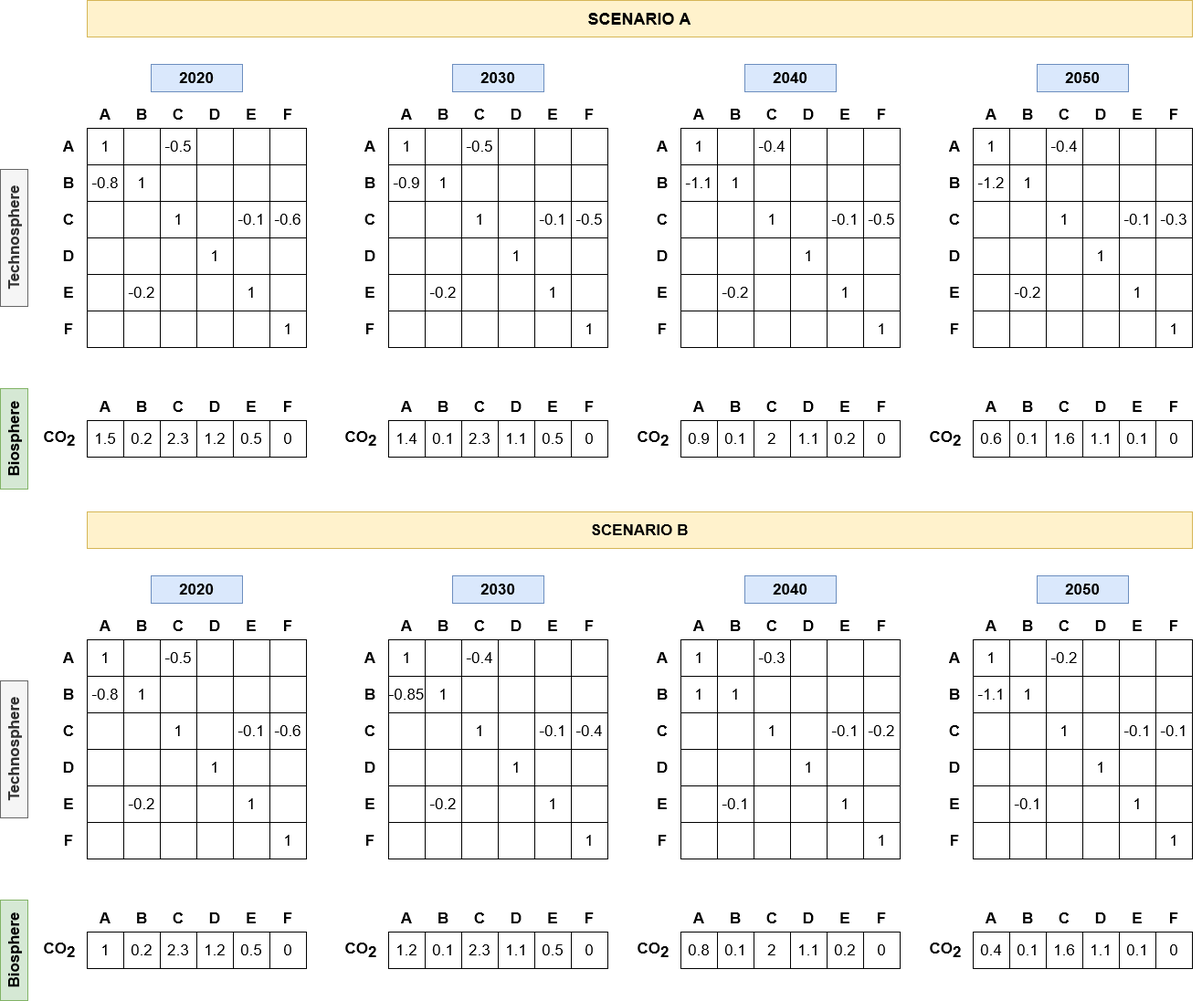
Above: example/figures/example_illustration.png in polca/pathways (draw.io), before the change. Source tidied: cells renumbered, new cells last; positions are measured from the earlier drawing's top-left corner, leaving out a move shared by most shapes.
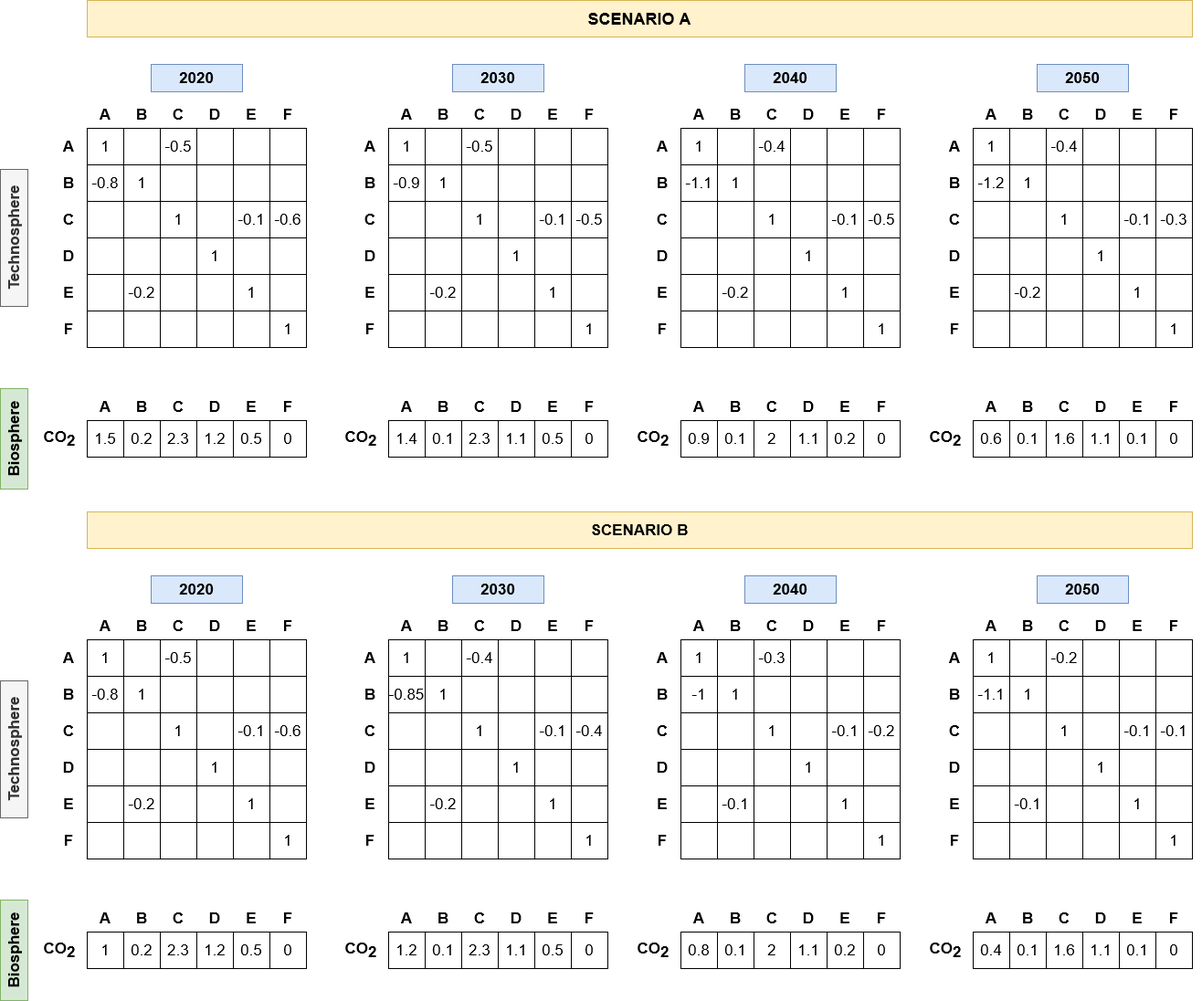
Above is the later version.

Commit message:
update notebook figures

Change to the diagram source:
```diff
@@ -1136,7 +1136,7 @@
     <mxCell id="379" value="1" style="rounded=0;whiteSpace=wrap;html=1;fontSize=17;" parent="1" vertex="1">
       <mxGeometry x="805" y="700" width="40" height="40" as="geometry" />
     </mxCell>
-    <mxCell id="380" value="1" style="rounded=0;whiteSpace=wrap;html=1;fontSize=17;" parent="1" vertex="1">
+    <mxCell id="380" value="-1" style="rounded=0;whiteSpace=wrap;html=1;fontSize=17;" parent="1" vertex="1">
       <mxGeometry x="805" y="740" width="40" height="40" as="geometry" />
     </mxCell>
     <mxCell id="381" value="&lt;div style=&quot;font-size: 17px;&quot;&gt;&lt;br style=&quot;font-size: 17px;&quot;&gt;&lt;/div&gt;" style="rounded=0;whiteSpace=wrap;html=1;fontSize=17;" parent="1" vertex="1">
```
